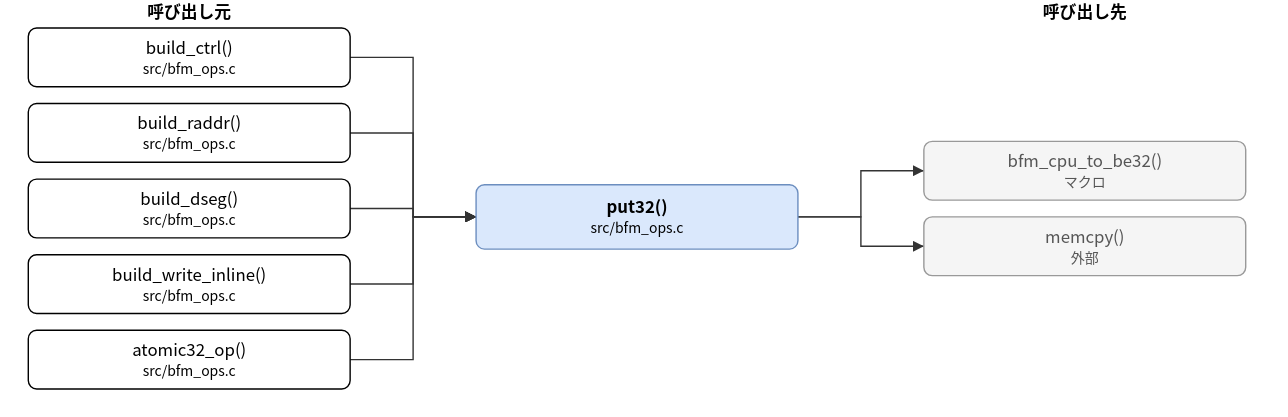
The draw.io diagram doc/spec/images/call_src_bfm_ops-put32.drawio.svg in hf355051012-ai/bfmem, before a commit. Source tidied: cells renumbered, new cells last; positions are measured from the earlier drawing's top-left corner, leaving out a move shared by most shapes.
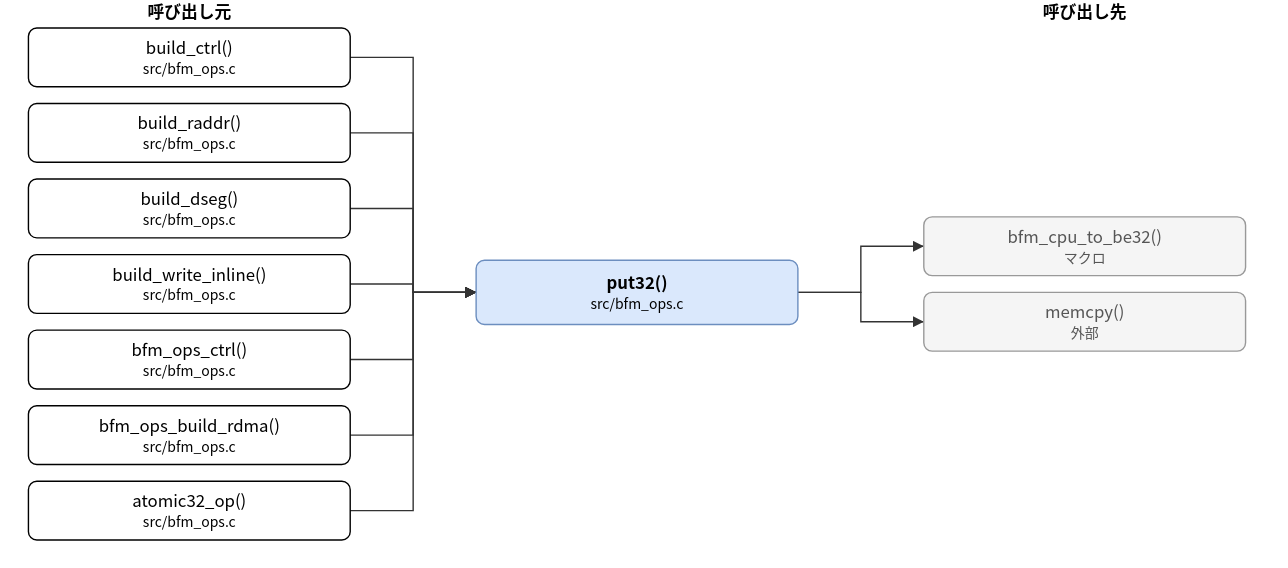
The same file after the commit.

Diff of the diagram source:
```diff
@@ -3,7 +3,7 @@
     <mxCell id="0" />
     <mxCell id="1" parent="0" />
     <mxCell id="2" value="put32()&lt;br&gt;&lt;font style=&quot;font-size:10px&quot;&gt;src/bfm_ops.c&lt;/font&gt;" style="rounded=1;whiteSpace=wrap;html=1;fillColor=#dae8fc;strokeColor=#6c8ebf;fontStyle=1;" parent="1" vertex="1">
-      <mxGeometry x="320" y="132" width="230" height="46" as="geometry" />
+      <mxGeometry x="320" y="186" width="230" height="46" as="geometry" />
     </mxCell>
     <mxCell id="3" value="build_ctrl()&lt;br&gt;&lt;font style=&quot;font-size:10px&quot;&gt;src/bfm_ops.c&lt;/font&gt;" style="rounded=1;whiteSpace=wrap;html=1;" parent="1" vertex="1">
       <mxGeometry y="20" width="230" height="42" as="geometry" />
@@ -17,20 +17,26 @@
     <mxCell id="6" value="build_write_inline()&lt;br&gt;&lt;font style=&quot;font-size:10px&quot;&gt;src/bfm_ops.c&lt;/font&gt;" style="rounded=1;whiteSpace=wrap;html=1;" parent="1" vertex="1">
       <mxGeometry y="182" width="230" height="42" as="geometry" />
     </mxCell>
-    <mxCell id="7" value="atomic32_op()&lt;br&gt;&lt;font style=&quot;font-size:10px&quot;&gt;src/bfm_ops.c&lt;/font&gt;" style="rounded=1;whiteSpace=wrap;html=1;" parent="1" vertex="1">
+    <mxCell id="7" value="bfm_ops_ctrl()&lt;br&gt;&lt;font style=&quot;font-size:10px&quot;&gt;src/bfm_ops.c&lt;/font&gt;" style="rounded=1;whiteSpace=wrap;html=1;" parent="1" vertex="1">
       <mxGeometry y="236" width="230" height="42" as="geometry" />
     </mxCell>
+    <mxCell id="19" value="bfm_ops_build_rdma()&lt;br&gt;&lt;font style=&quot;font-size:10px&quot;&gt;src/bfm_ops.c&lt;/font&gt;" style="rounded=1;whiteSpace=wrap;html=1;" parent="1" vertex="1">
+      <mxGeometry y="290" width="230" height="42" as="geometry" />
+    </mxCell>
+    <mxCell id="20" value="atomic32_op()&lt;br&gt;&lt;font style=&quot;font-size:10px&quot;&gt;src/bfm_ops.c&lt;/font&gt;" style="rounded=1;whiteSpace=wrap;html=1;" parent="1" vertex="1">
+      <mxGeometry y="344" width="230" height="42" as="geometry" />
+    </mxCell>
     <mxCell id="8" value="bfm_cpu_to_be32()&lt;br&gt;&lt;font style=&quot;font-size:10px&quot;&gt;マクロ&lt;/font&gt;" style="rounded=1;whiteSpace=wrap;html=1;fillColor=#f5f5f5;strokeColor=#999999;fontColor=#555555;" parent="1" vertex="1">
-      <mxGeometry x="640" y="101" width="230" height="42" as="geometry" />
+      <mxGeometry x="640" y="155" width="230" height="42" as="geometry" />
     </mxCell>
     <mxCell id="9" value="memcpy()&lt;br&gt;&lt;font style=&quot;font-size:10px&quot;&gt;外部&lt;/font&gt;" style="rounded=1;whiteSpace=wrap;html=1;fillColor=#f5f5f5;strokeColor=#999999;fontColor=#555555;" parent="1" vertex="1">
-      <mxGeometry x="640" y="155" width="230" height="42" as="geometry" />
+      <mxGeometry x="640" y="209" width="230" height="42" as="geometry" />
     </mxCell>
     <mxCell id="10" style="edgeStyle=none;html=1;rounded=0;endArrow=block;endFill=1;exitX=1.0000;exitY=0.5000;exitDx=0;exitDy=0;exitPerimeter=0;entryX=0.0000;entryY=0.5000;entryDx=0;entryDy=0;entryPerimeter=0;" parent="1" edge="1" source="3" target="2">
       <mxGeometry relative="1" as="geometry">
         <Array as="points">
           <mxPoint x="275" y="41" />
-          <mxPoint x="275" y="155" />
+          <mxPoint x="275" y="209" />
         </Array>
       </mxGeometry>
     </mxCell>
@@ -38,7 +44,7 @@
       <mxGeometry relative="1" as="geometry">
         <Array as="points">
           <mxPoint x="275" y="95" />
-          <mxPoint x="275" y="155" />
+          <mxPoint x="275" y="209" />
         </Array>
       </mxGeometry>
     </mxCell>
@@ -46,7 +52,7 @@
       <mxGeometry relative="1" as="geometry">
         <Array as="points">
           <mxPoint x="275" y="149" />
-          <mxPoint x="275" y="155" />
+          <mxPoint x="275" y="209" />
         </Array>
       </mxGeometry>
     </mxCell>
@@ -54,7 +60,7 @@
       <mxGeometry relative="1" as="geometry">
         <Array as="points">
           <mxPoint x="275" y="203" />
-          <mxPoint x="275" y="155" />
+          <mxPoint x="275" y="209" />
         </Array>
       </mxGeometry>
     </mxCell>
@@ -62,26 +68,42 @@
       <mxGeometry relative="1" as="geometry">
         <Array as="points">
           <mxPoint x="275" y="257" />
-          <mxPoint x="275" y="155" />
+          <mxPoint x="275" y="209" />
         </Array>
       </mxGeometry>
     </mxCell>
-    <mxCell id="15" style="edgeStyle=none;html=1;rounded=0;endArrow=block;endFill=1;exitX=1.0000;exitY=0.5000;exitDx=0;exitDy=0;exitPerimeter=0;entryX=0.0000;entryY=0.5000;entryDx=0;entryDy=0;entryPerimeter=0;" parent="1" edge="1" source="2" target="8">
+    <mxCell id="15" style="edgeStyle=none;html=1;rounded=0;endArrow=block;endFill=1;exitX=1.0000;exitY=0.5000;exitDx=0;exitDy=0;exitPerimeter=0;entryX=0.0000;entryY=0.5000;entryDx=0;entryDy=0;entryPerimeter=0;" parent="1" edge="1" source="19" target="2">
       <mxGeometry relative="1" as="geometry">
         <Array as="points">
-          <mxPoint x="595" y="155" />
-          <mxPoint x="595" y="122" />
+          <mxPoint x="275" y="311" />
+          <mxPoint x="275" y="209" />
         </Array>
       </mxGeometry>
     </mxCell>
-    <mxCell id="16" style="edgeStyle=none;html=1;rounded=0;endArrow=block;endFill=1;exitX=1.0000;exitY=0.5000;exitDx=0;exitDy=0;exitPerimeter=0;entryX=0.0000;entryY=0.5000;entryDx=0;entryDy=0;entryPerimeter=0;" parent="1" edge="1" source="2" target="9">
+    <mxCell id="16" style="edgeStyle=none;html=1;rounded=0;endArrow=block;endFill=1;exitX=1.0000;exitY=0.5000;exitDx=0;exitDy=0;exitPerimeter=0;entryX=0.0000;entryY=0.5000;entryDx=0;entryDy=0;entryPerimeter=0;" parent="1" edge="1" source="20" target="2">
       <mxGeometry relative="1" as="geometry">
         <Array as="points">
-          <mxPoint x="595" y="155" />
-          <mxPoint x="595" y="176" />
+          <mxPoint x="275" y="365" />
+          <mxPoint x="275" y="209" />
         </Array>
       </mxGeometry>
     </mxCell>
+    <mxCell id="21" style="edgeStyle=none;html=1;rounded=0;endArrow=block;endFill=1;exitX=1.0000;exitY=0.5000;exitDx=0;exitDy=0;exitPerimeter=0;entryX=0.0000;entryY=0.5000;entryDx=0;entryDy=0;entryPerimeter=0;" parent="1" edge="1" source="2" target="8">
+      <mxGeometry relative="1" as="geometry">
+        <Array as="points">
+          <mxPoint x="595" y="209" />
+          <mxPoint x="595" y="176" />
+        </Array>
+      </mxGeometry>
+    </mxCell>
+    <mxCell id="22" style="edgeStyle=none;html=1;rounded=0;endArrow=block;endFill=1;exitX=1.0000;exitY=0.5000;exitDx=0;exitDy=0;exitPerimeter=0;entryX=0.0000;entryY=0.5000;entryDx=0;entryDy=0;entryPerimeter=0;" parent="1" edge="1" source="2" target="9">
+      <mxGeometry relative="1" as="geometry">
+        <Array as="points">
+          <mxPoint x="595" y="209" />
+          <mxPoint x="595" y="230" />
+        </Array>
+      </mxGeometry>
+    </mxCell>
     <mxCell id="17" value="呼び出し元" style="text;html=1;align=center;fontStyle=1;" parent="1" vertex="1">
       <mxGeometry x="35" width="160" height="18" as="geometry" />
     </mxCell>
```
